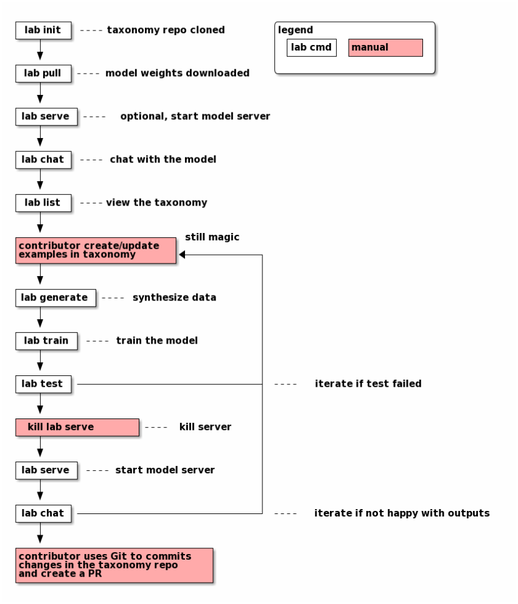
Earlier version of the PlantUML export docs/workflow.png (instructlab/instructlab). Its source is kept beside it as docs/workflow.puml.
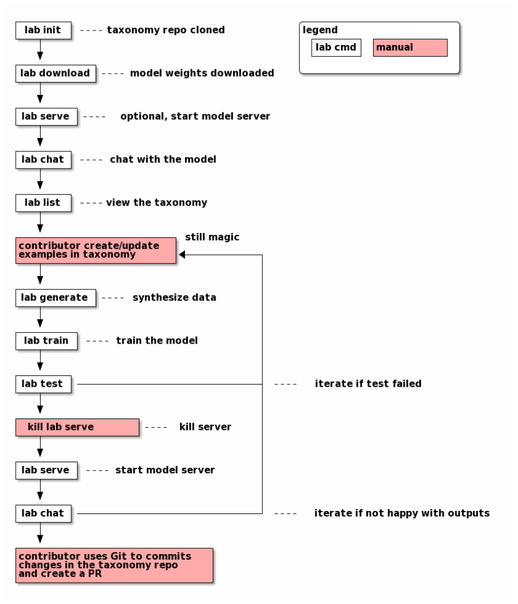
After the commit.

Commit message:
chore: update based on conversation w/ Jeremy

What changed in the source:
```diff
@@ -1,12 +1,12 @@
 @startditaa
-+--------+                                /-------------------------\
-|lab init|-=---taxonomy repo cloned       |legend                   |
-+---+----+                                | +-------+ +-----------+ |
-    |                                     | |lab cmd| |manual cPNK| |
-    v                                     | +---+---+ +-----------+ |
-+---+----+                                |                     cFFF|
-|lab pull|-=---model weights downloaded   \-------------------------/
-+---+----+
++--------+                                    /-------------------------\
+|lab init|-=---taxonomy repo cloned           |legend                   |
++---+----+                                    | +-------+ +-----------+ |
+    |                                         | |lab cmd| |manual cPNK| |
+    v                                         | +---+---+ +-----------+ |
++---+--------+                                |                     cFFF|
+|lab download|-=---model weights downloaded   \-------------------------/
++---+--------+
     |
     v
 +---+-----+
```
